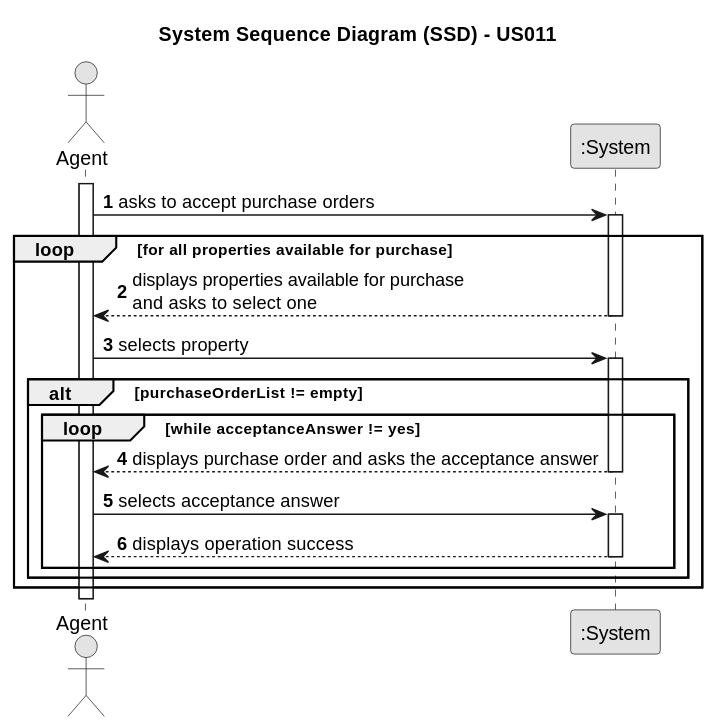
rita-barbosa/LAPR2-2223 keeps this PlantUML diagram as docs/sprintC/us011/01.requirements-engineering/svg/us011-system-sequence-diagram-alternative-one.svg. Above is the earlier version.
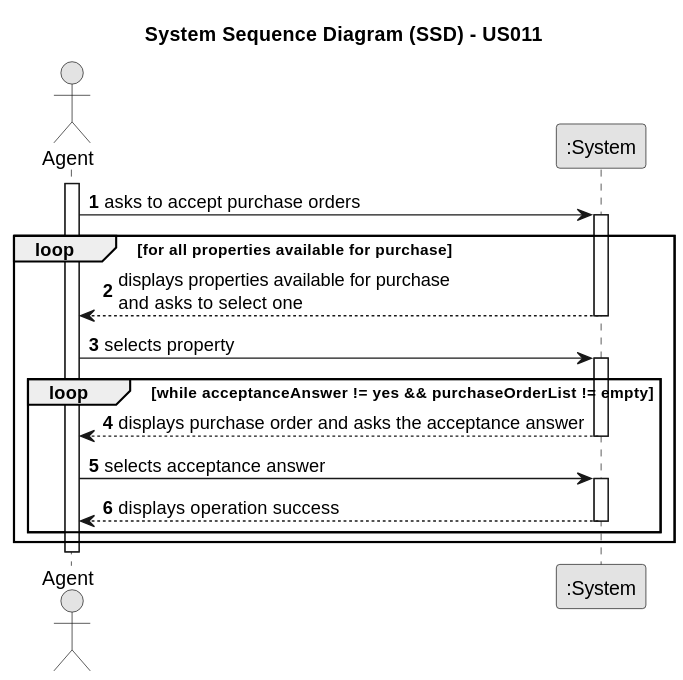
After the change.

Commit message:
Update of system sequence diagram [US011][Requirements Engineering]

Change to the diagram source:
```diff
@@ -11,7 +11,6 @@
 participant ":System" as System
 
 activate Agent
-
     Agent -> System : asks to accept purchase orders
     activate System
 
@@ -23,8 +22,7 @@
     Agent -> System : selects property
     activate System
 
-    alt purchaseOrderList != empty
-    loop while acceptanceAnswer != yes
+    loop while acceptanceAnswer != yes && purchaseOrderList != empty
 
     System -->  Agent: displays purchase order and asks the acceptance answer
     deactivate System
@@ -36,6 +34,7 @@
     deactivate System
 
     end loop
-    end alt
     end loop
+
+deactivate Agent
 @enduml
```
